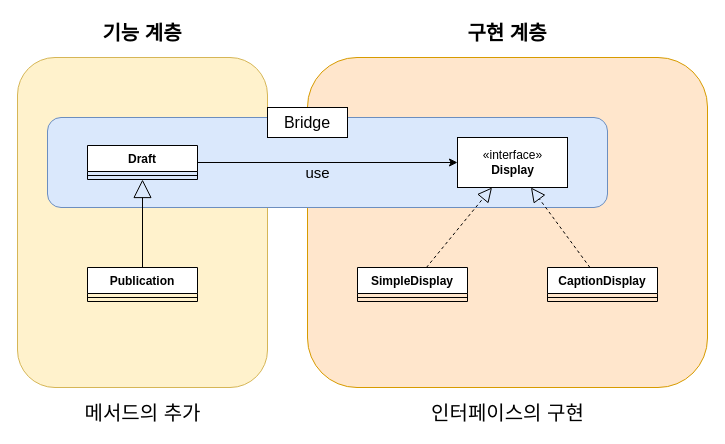
This is Bridge.drawio from wansook0316/DesignPattern-08-Bridge, a draw.io file, before an edit. Source tidied: cells renumbered, new cells numbered last; positions are measured from the earlier drawing's top-left corner, leaving out a move shared by most shapes. Both pictures are drawn from the tidied source at 100%, with x=0, y=0 at pixel (17, 17).
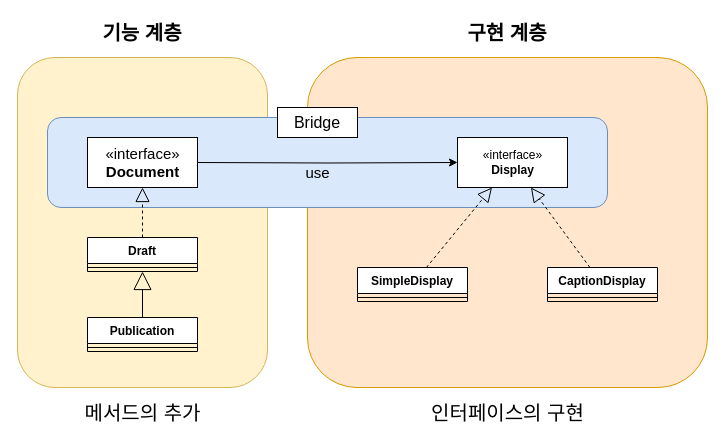
Above is the later version.

The change refers to these unchanged cells:
```xml
<mxCell id="15" value="«interface»&lt;br&gt;&lt;b&gt;Display&lt;/b&gt;" style="html=1;" parent="1" vertex="1">
  <mxGeometry x="440" y="120" width="110" height="50" as="geometry" />
</mxCell>
```

Change to the diagram source:
```diff
@@
-    <mxCell id="5" style="edgeStyle=orthogonalEdgeStyle;rounded=0;jettySize=auto;html=1;fontSize=20;" parent="1" edge="1" source="7" target="15">
-      <mxGeometry relative="1" as="geometry" />
+    <mxCell id="5" style="edgeStyle=orthogonalEdgeStyle;rounded=0;jettySize=auto;html=1;fontSize=20;" parent="1" edge="1" target="15">
+      <mxGeometry relative="1" as="geometry">
+        <mxPoint x="180" y="145" as="sourcePoint" />
+      </mxGeometry>
     </mxCell>
@@
-    <mxCell id="7" value="Draft" style="swimlane;fontStyle=1;align=center;verticalAlign=top;horizontal=1;startSize=26;" parent="1" vertex="1">
-      <mxGeometry x="70" y="128" width="110" height="34" as="geometry" />
-    </mxCell>
-    <mxCell id="8" style="line;strokeWidth=1;fillColor=none;align=left;verticalAlign=middle;spacingTop=-1;spacingLeft=3;spacingRight=3;labelPosition=right;" parent="7" vertex="1">
-      <mxGeometry y="26" width="110" height="8" as="geometry" />
-    </mxCell>
-    <mxCell id="9" value="Publication" style="swimlane;fontStyle=1;align=center;verticalAlign=top;horizontal=1;startSize=26;" parent="1" vertex="1">
-      <mxGeometry x="70" y="250" width="110" height="34" as="geometry" />
+    <mxCell id="9" value="Draft" style="swimlane;fontStyle=1;align=center;verticalAlign=top;horizontal=1;startSize=26;" parent="1" vertex="1">
+      <mxGeometry x="70" y="220" width="110" height="34" as="geometry" />
     </mxCell>
@@
-    <mxCell id="20" style="endArrow=block;endSize=16;endFill=0;html=1;rounded=0;fontSize=20;" parent="1" edge="1" source="9" target="7">
-      <mxGeometry relative="1" as="geometry" />
-    </mxCell>
@@
     <mxCell id="23" value="Bridge" style="text;html=1;strokeColor=default;fillColor=default;align=center;verticalAlign=middle;whiteSpace=wrap;rounded=0;fontSize=16;" parent="1" vertex="1">
-      <mxGeometry x="250" y="90" width="80" height="30" as="geometry" />
+      <mxGeometry x="260" y="90" width="80" height="30" as="geometry" />
     </mxCell>
+    <mxCell id="24" value="Publication" style="swimlane;fontStyle=1;align=center;verticalAlign=top;horizontal=1;startSize=26;" parent="1" vertex="1">
+      <mxGeometry x="70" y="300" width="110" height="34" as="geometry" />
+    </mxCell>
+    <mxCell id="8" style="line;strokeWidth=1;fillColor=none;align=left;verticalAlign=middle;spacingTop=-1;spacingLeft=3;spacingRight=3;labelPosition=right;" parent="24" vertex="1">
+      <mxGeometry y="26" width="110" height="8" as="geometry" />
+    </mxCell>
+    <mxCell id="25" style="endArrow=block;endSize=16;endFill=0;html=1;rounded=0;fontSize=20;" parent="1" edge="1" source="24" target="9">
+      <mxGeometry relative="1" as="geometry" />
+    </mxCell>
+    <mxCell id="26" style="endArrow=block;dashed=1;endFill=0;endSize=12;html=1;rounded=0;fontSize=15;strokeWidth=1;" parent="1" edge="1" source="9" target="27">
+      <mxGeometry relative="1" as="geometry" />
+    </mxCell>
+    <mxCell id="27" value="«interface»&lt;br&gt;&lt;b&gt;Document&lt;/b&gt;" style="html=1;labelBackgroundColor=none;fontSize=15;strokeColor=default;fillColor=default;" parent="1" vertex="1">
+      <mxGeometry x="70" y="120" width="110" height="50" as="geometry" />
+    </mxCell>
```
